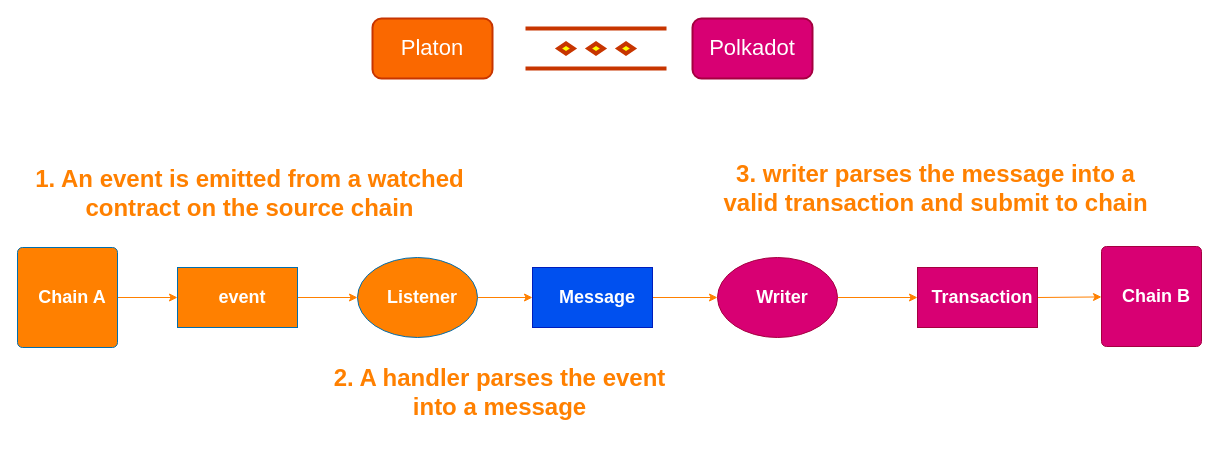
RJman-self/Platdot keeps this draw.io diagram as docs/Platdot-overview.drawio. Above is the earlier version. Source tidied: cells renumbered, new cells numbered last; positions are measured from the earlier drawing's top-left corner, leaving out a move shared by most shapes. Both pictures are drawn from the tidied source at 100%, with x=0, y=0 at pixel (17, 18).
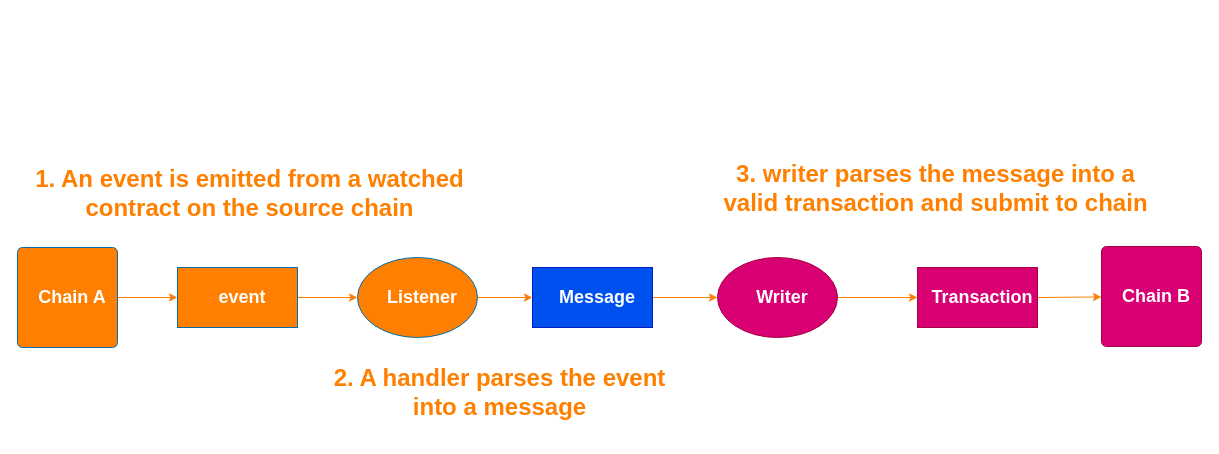
Above is the later version.

The edit, as a diff of the source:
```diff
@@
-    <mxCell id="2" style="verticalLabelPosition=bottom;verticalAlign=top;html=1;shape=mxgraph.flowchart.parallel_mode;rounded=1;labelBackgroundColor=none;strokeWidth=4;fillColor=#fa6800;fontColor=#ffffff;strokeColor=#C73500;" parent="1" vertex="1">
-      <mxGeometry x="508" y="10" width="141" height="40" as="geometry" />
-    </mxCell>
-    <mxCell id="3" value="&lt;font style=&quot;font-size: 22px&quot;&gt;Platon&lt;/font&gt;" style="rounded=1;whiteSpace=wrap;html=1;strokeColor=#C73500;strokeWidth=2;fillColor=#fa6800;fontColor=#ffffff;" parent="1" vertex="1">
-      <mxGeometry x="355" width="120" height="60" as="geometry" />
-    </mxCell>
-    <mxCell id="4" value="&lt;font style=&quot;font-size: 22px&quot;&gt;Polkadot&lt;/font&gt;" style="rounded=1;whiteSpace=wrap;html=1;strokeColor=#A50040;strokeWidth=2;fillColor=#d80073;fontColor=#ffffff;" parent="1" vertex="1">
-      <mxGeometry x="675" width="120" height="60" as="geometry" />
-    </mxCell>
```
